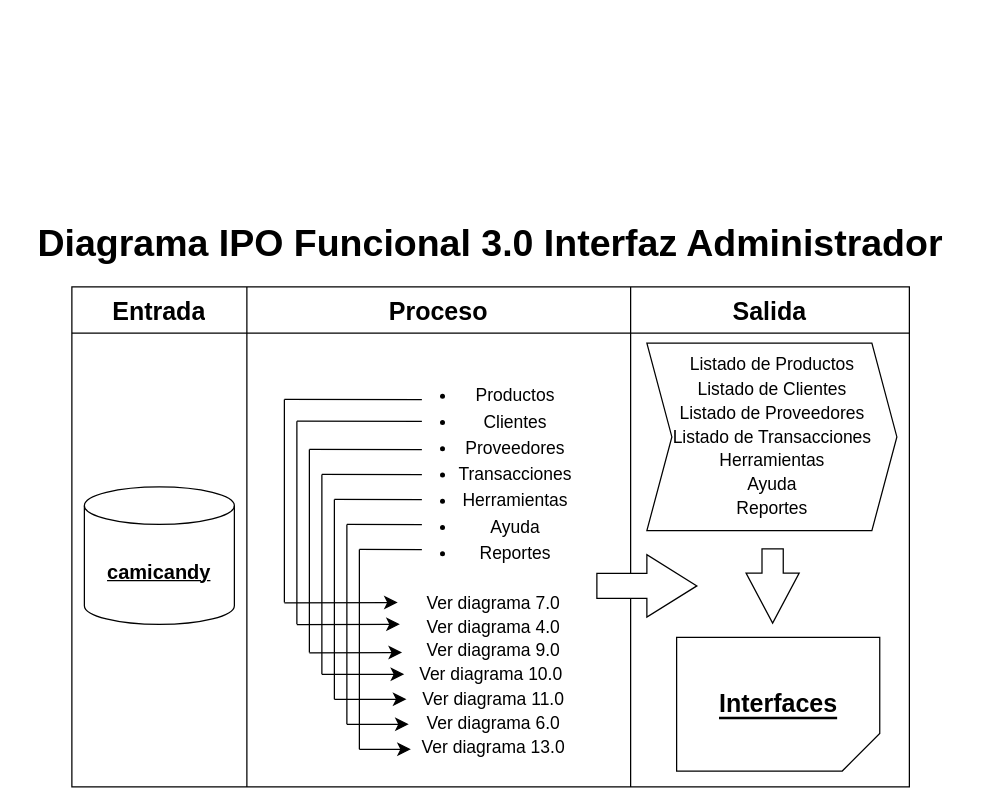
Earlier version of the draw.io diagram page "3.0 - Interfaz administrador" (2 of 10) of Documentos/Diagramas_HIPO/HIPO_Funcionales.drawio (jurdanetac/ingsoftware). Source tidied: cells renumbered, new cells numbered last; positions are measured from the earlier drawing's top-left corner, leaving out a move shared by most shapes. Both pictures are drawn from the tidied source at 125%, with x=0, y=0 at pixel (21, 224).
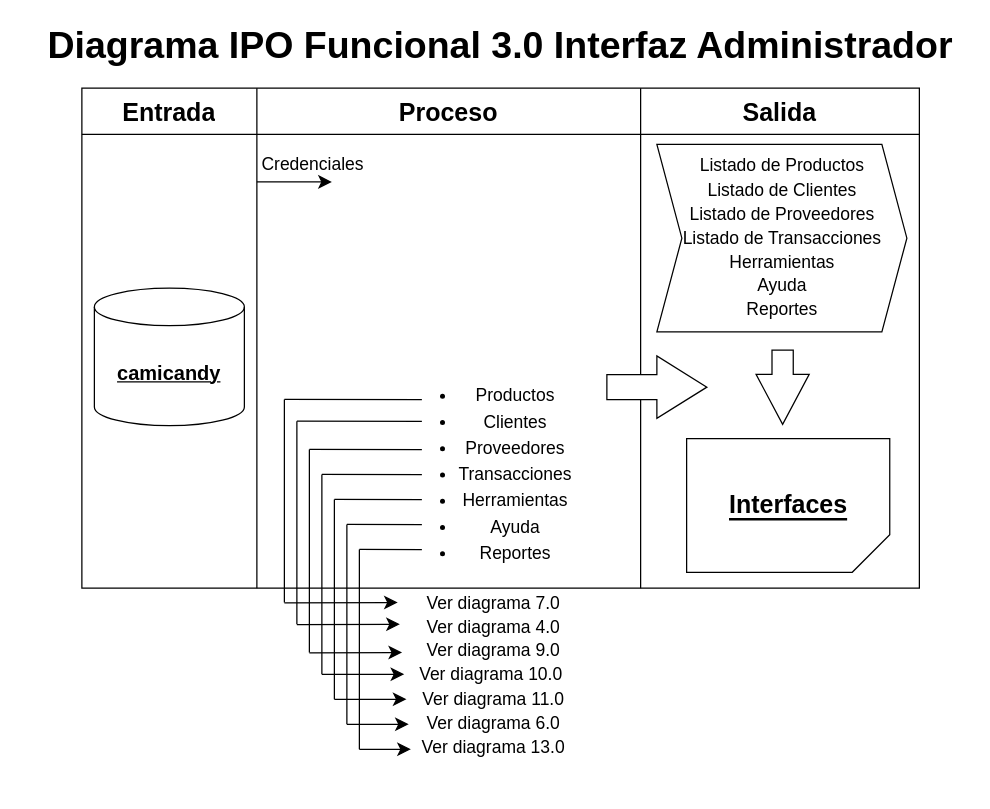
The same diagram, later.

Diff of the diagram source:
```diff
@@
     <mxCell id="2" style="shape=table;startSize=0;childLayout=tableLayout;fontSize=16;" parent="1" vertex="1">
-      <mxGeometry x="40" y="50" width="670" height="400" as="geometry" />
+      <mxGeometry x="48" y="-109" width="670" height="400" as="geometry" />
     </mxCell>
@@
     <mxCell id="11" value="&lt;b&gt;&lt;u&gt;&lt;font style=&quot;font-size: 16px;&quot;&gt;camicandy&lt;/font&gt;&lt;/u&gt;&lt;/b&gt;" style="shape=cylinder3;whiteSpace=wrap;html=1;boundedLbl=1;backgroundOutline=1;size=15;" parent="1" vertex="1">
-      <mxGeometry x="50" y="210" width="120" height="110" as="geometry" />
+      <mxGeometry x="58" y="51" width="120" height="110" as="geometry" />
     </mxCell>
     <mxCell id="12" style="html=1;shadow=0;dashed=0;align=center;verticalAlign=middle;shape=mxgraph.arrows2.arrow;dy=0.6;dx=40;notch=0;rotation=90;" parent="1" vertex="1">
-      <mxGeometry x="570.9" y="268" width="59.4" height="42.5" as="geometry" />
+      <mxGeometry x="578.9" y="109" width="59.4" height="42.5" as="geometry" />
     </mxCell>
     <mxCell id="13" style="html=1;shadow=0;dashed=0;align=center;verticalAlign=middle;shape=mxgraph.arrows2.arrow;dy=0.6;dx=40;notch=0;rotation=0;" parent="1" vertex="1">
-      <mxGeometry x="460" y="264.2" width="80" height="50" as="geometry" />
+      <mxGeometry x="468" y="105.2" width="80" height="50" as="geometry" />
     </mxCell>
@@
     <mxCell id="44" style="shape=step;perimeter=stepPerimeter;whiteSpace=wrap;html=1;fixedSize=1;" parent="1" vertex="1">
-      <mxGeometry x="500" y="95" width="200" height="150" as="geometry" />
+      <mxGeometry x="508" y="-64" width="200" height="150" as="geometry" />
     </mxCell>
     <mxCell id="45" value="&lt;span style=&quot;font-size: 20px;&quot;&gt;&lt;b&gt;&lt;u&gt;Interfaces&lt;/u&gt;&lt;/b&gt;&lt;/span&gt;" style="shape=card;whiteSpace=wrap;html=1;rotation=-90;shadow=0;rounded=0;flipV=1;textDirection=vertical-rl;" parent="1" vertex="1">
-      <mxGeometry x="551.6" y="302.6" width="106.9" height="162.5" as="geometry" />
+      <mxGeometry x="559.6" y="143.6" width="106.9" height="162.5" as="geometry" />
     </mxCell>
     <mxCell id="46" value="&lt;span style=&quot;font-size: 14px;&quot;&gt;Listado de Productos&lt;/span&gt;&lt;div&gt;&lt;span style=&quot;font-size: 14px;&quot;&gt;Listado de Clientes&lt;/span&gt;&lt;/div&gt;&lt;div&gt;&lt;span style=&quot;font-size: 14px;&quot;&gt;Listado de Proveedores&lt;/span&gt;&lt;/div&gt;&lt;div&gt;&lt;span style=&quot;font-size: 14px;&quot;&gt;Listado de Transacciones&lt;/span&gt;&lt;/div&gt;&lt;div&gt;&lt;span style=&quot;font-size: 14px;&quot;&gt;Herramientas&lt;/span&gt;&lt;/div&gt;&lt;div&gt;&lt;span style=&quot;font-size: 14px;&quot;&gt;Ayuda&lt;/span&gt;&lt;/div&gt;&lt;div&gt;&lt;span style=&quot;font-size: 14px;&quot;&gt;Reportes&lt;/span&gt;&lt;/div&gt;" style="text;html=1;align=center;verticalAlign=middle;whiteSpace=wrap;rounded=0;fontSize=16;" parent="1" vertex="1">
-      <mxGeometry x="501.2" y="129" width="198.8" height="80" as="geometry" />
+      <mxGeometry x="509.2" y="-30" width="198.8" height="80" as="geometry" />
     </mxCell>
     <mxCell id="47" value="&lt;font style=&quot;font-size: 30px;&quot;&gt;Diagrama IPO Funcional 3.0 Interfaz Administrador&lt;/font&gt;" style="text;html=1;align=center;verticalAlign=middle;whiteSpace=wrap;rounded=0;fontSize=16;fontStyle=1;" parent="1" vertex="1">
-      <mxGeometry width="750" height="30" as="geometry" />
+      <mxGeometry x="8" y="-159" width="750" height="30" as="geometry" />
     </mxCell>
+    <mxCell id="48" value="&lt;span style=&quot;font-size: 14px;&quot;&gt;Credenciales&lt;/span&gt;" style="text;html=1;align=center;verticalAlign=middle;whiteSpace=wrap;rounded=0;fontSize=16;" parent="1" vertex="1">
+      <mxGeometry x="188" y="-59" width="90" height="20" as="geometry" />
+    </mxCell>
+    <mxCell id="49" style="endArrow=classic;html=1;rounded=0;fontSize=12;startSize=8;endSize=8;curved=1;" parent="1" edge="1">
+      <mxGeometry relative="1" as="geometry">
+        <mxPoint x="188" y="-34" as="sourcePoint" />
+        <mxPoint x="248" y="-34" as="targetPoint" />
+      </mxGeometry>
+    </mxCell>
```
